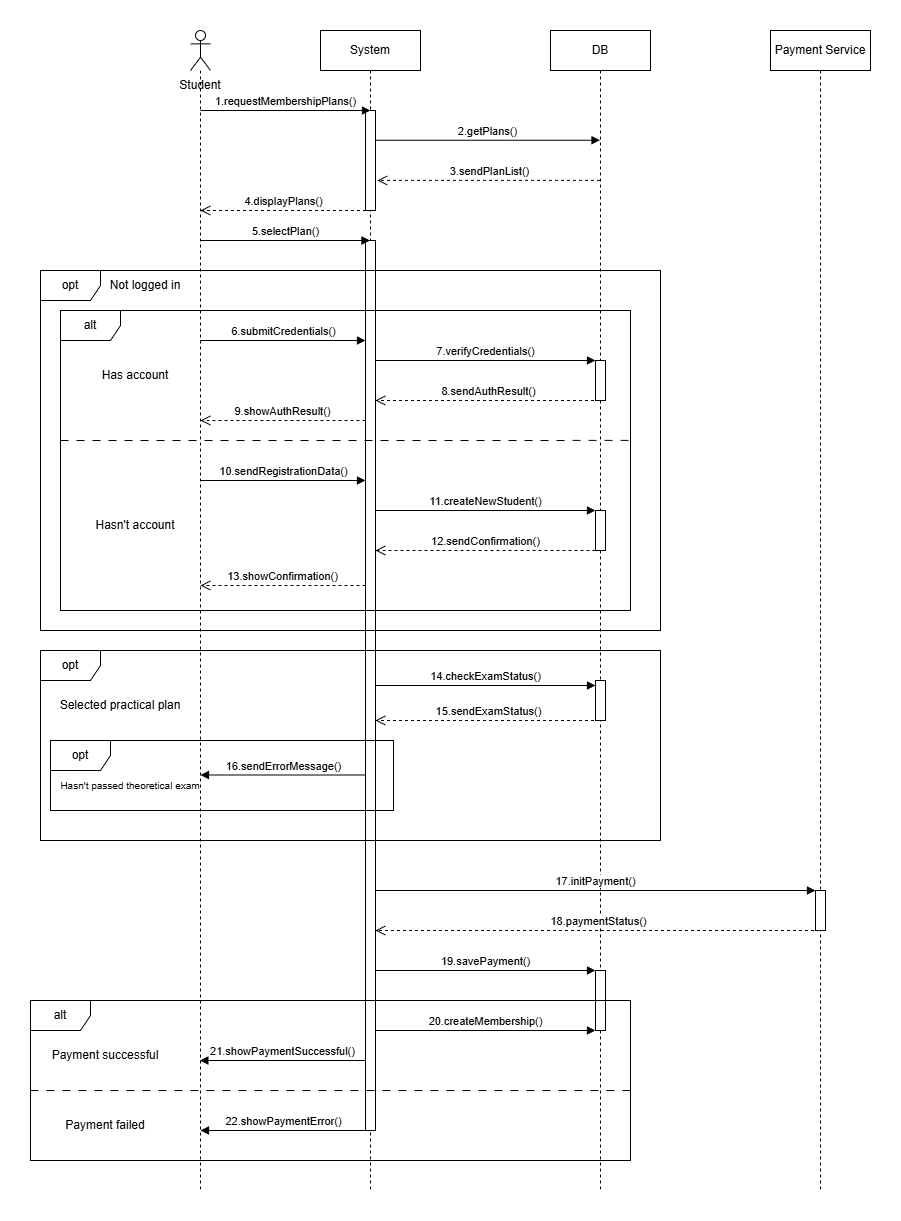
KyryloBB/Software-engineering-components keeps this draw.io diagram as Lab 3/Sequence diagram.png. Above is the earlier version. Source tidied: cells renumbered, new cells last; positions are measured from the earlier drawing's top-left corner, leaving out a move shared by most shapes.
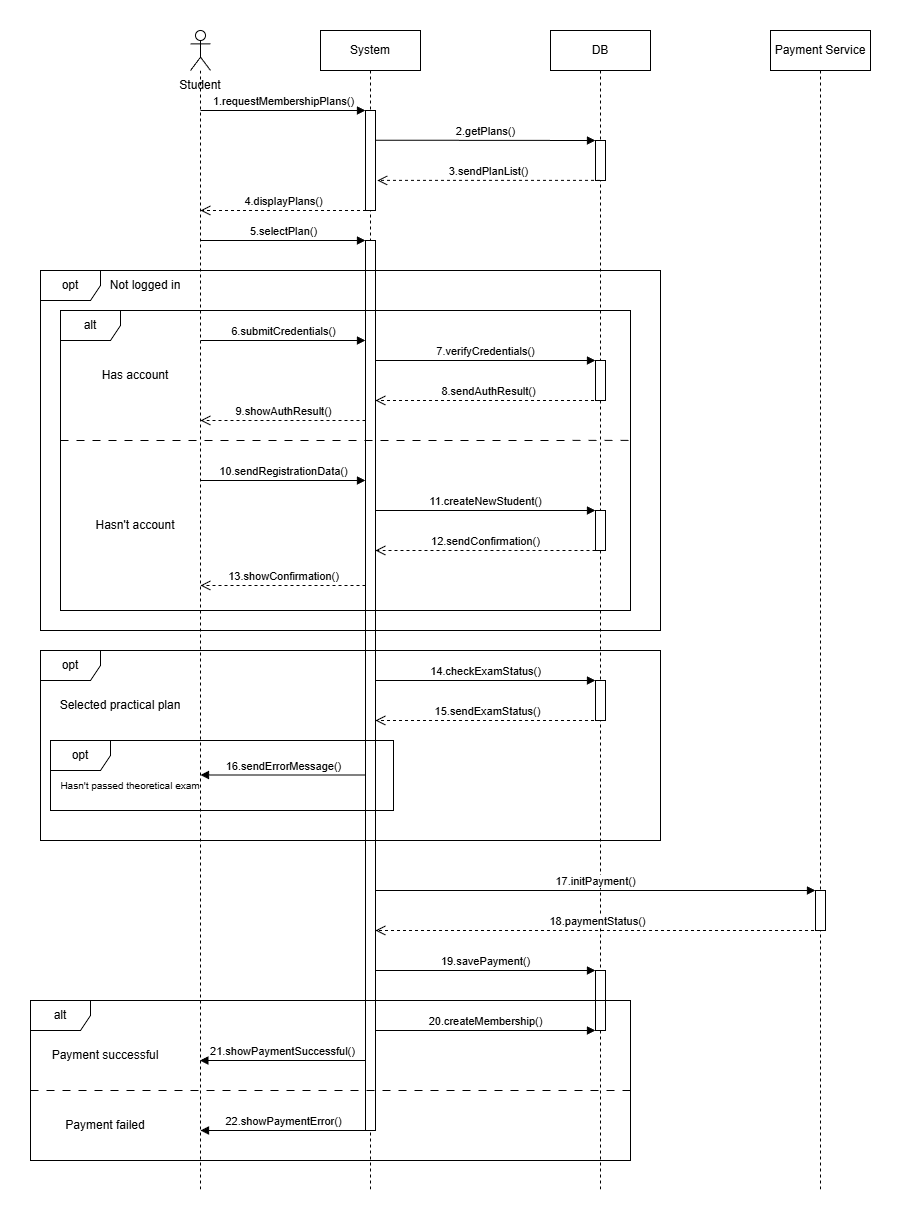
The same file after the commit.

Commit message:
edited sequence diagram

Change to the diagram source:
```diff
@@ -26,13 +26,15 @@
     <mxCell id="9" style="html=1;points=[[0,0,0,0,5],[0,1,0,0,-5],[1,0,0,0,5],[1,1,0,0,-5]];perimeter=orthogonalPerimeter;outlineConnect=0;targetShapes=umlLifeline;portConstraint=eastwest;newEdgeStyle={&quot;curved&quot;:0,&quot;rounded&quot;:0};" parent="8" vertex="1">
       <mxGeometry x="45" y="940" width="10" height="60" as="geometry" />
     </mxCell>
+    <mxCell id="51" style="html=1;points=[[0,0,0,0,5],[0,1,0,0,-5],[1,0,0,0,5],[1,1,0,0,-5]];perimeter=orthogonalPerimeter;outlineConnect=0;targetShapes=umlLifeline;portConstraint=eastwest;newEdgeStyle={&quot;curved&quot;:0,&quot;rounded&quot;:0};" parent="8" vertex="1">
+      <mxGeometry x="45" y="110" width="10" height="40" as="geometry" />
+    </mxCell>
     <mxCell id="10" value="Student" style="text;html=1;whiteSpace=wrap;strokeColor=none;fillColor=none;align=center;verticalAlign=middle;rounded=0;" parent="1" vertex="1">
       <mxGeometry x="140" y="40" width="60" height="30" as="geometry" />
     </mxCell>
-    <mxCell id="11" value="1.requestMembershipPlans()" style="html=1;verticalAlign=bottom;endArrow=block;curved=0;rounded=0;" parent="1" edge="1">
+    <mxCell id="11" value="1.requestMembershipPlans()" style="html=1;verticalAlign=bottom;endArrow=block;curved=0;rounded=0;" parent="1" edge="1" target="4">
       <mxGeometry relative="1" as="geometry">
         <mxPoint x="170" y="80" as="sourcePoint" />
-        <mxPoint x="340" y="80" as="targetPoint" />
         <Array as="points">
           <mxPoint x="270.5" y="80" />
         </Array>
@@ -44,10 +46,9 @@
         <mxPoint x="170" y="180" as="targetPoint" />
       </mxGeometry>
     </mxCell>
-    <mxCell id="13" value="5.selectPlan()" style="html=1;verticalAlign=bottom;endArrow=block;curved=0;rounded=0;" parent="1" edge="1">
+    <mxCell id="13" value="5.selectPlan()" style="html=1;verticalAlign=bottom;endArrow=block;curved=0;rounded=0;" parent="1" edge="1" target="5">
       <mxGeometry relative="1" as="geometry">
         <mxPoint x="170" y="210" as="sourcePoint" />
-        <mxPoint x="339.5" y="210" as="targetPoint" />
       </mxGeometry>
     </mxCell>
     <mxCell id="14" value="opt" style="shape=umlFrame;whiteSpace=wrap;html=1;" parent="1" vertex="1">
@@ -129,8 +130,11 @@
     <mxCell id="29" value="Selected practical plan" style="text;html=1;whiteSpace=wrap;strokeColor=none;fillColor=none;align=center;verticalAlign=middle;rounded=0;" parent="1" vertex="1">
       <mxGeometry x="20" y="660" width="140" height="30" as="geometry" />
     </mxCell>
-    <mxCell id="30" value="14.checkExamStatus()" style="html=1;verticalAlign=bottom;endArrow=block;curved=0;rounded=0;" parent="1" edge="1" source="5" target="46">
-      <mxGeometry relative="1" as="geometry" />
+    <mxCell id="30" value="14.checkExamStatus()" style="html=1;verticalAlign=bottom;endArrow=block;curved=0;rounded=0;" parent="1" edge="1">
+      <mxGeometry relative="1" as="geometry">
+        <mxPoint x="345" y="650" as="sourcePoint" />
+        <mxPoint x="565" y="650" as="targetPoint" />
+      </mxGeometry>
     </mxCell>
     <mxCell id="31" value="15.sendExamStatus()" style="html=1;verticalAlign=bottom;endArrow=open;dashed=1;endSize=8;curved=0;rounded=0;" parent="1" edge="1" target="5">
       <mxGeometry relative="1" as="geometry">
@@ -202,7 +206,7 @@
     <mxCell id="46" style="html=1;points=[[0,0,0,0,5],[0,1,0,0,-5],[1,0,0,0,5],[1,1,0,0,-5]];perimeter=orthogonalPerimeter;outlineConnect=0;targetShapes=umlLifeline;portConstraint=eastwest;newEdgeStyle={&quot;curved&quot;:0,&quot;rounded&quot;:0};" parent="1" vertex="1">
       <mxGeometry x="565" y="650" width="10" height="40" as="geometry" />
     </mxCell>
-    <mxCell id="47" value="2.getPlans()" style="html=1;verticalAlign=bottom;endArrow=block;curved=0;rounded=0;exitX=0.951;exitY=0.297;exitDx=0;exitDy=0;exitPerimeter=0;" parent="1" edge="1" source="4" target="8">
+    <mxCell id="47" value="2.getPlans()" style="html=1;verticalAlign=bottom;endArrow=block;curved=0;rounded=0;exitX=0.951;exitY=0.297;exitDx=0;exitDy=0;exitPerimeter=0;" parent="1" edge="1" source="4" target="51">
       <mxGeometry relative="1" as="geometry" />
     </mxCell>
     <mxCell id="48" value="3.sendPlanList()" style="html=1;verticalAlign=bottom;endArrow=open;dashed=1;endSize=8;curved=0;rounded=0;entryX=1.18;entryY=0.699;entryDx=0;entryDy=0;entryPerimeter=0;" parent="1" edge="1" source="8" target="4">
```
